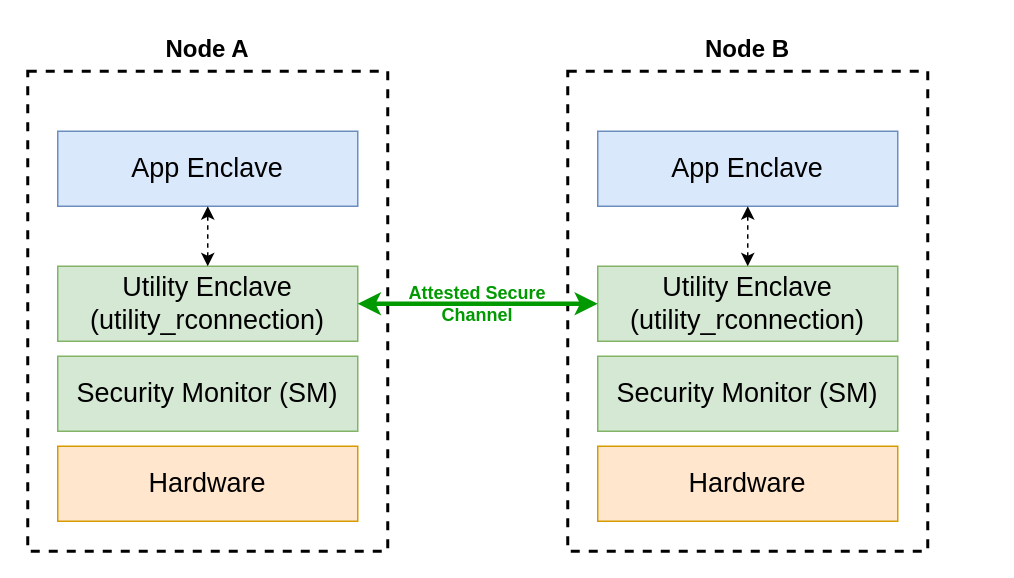
Zou1c/tmp keeps this draw.io diagram as page "第 7 页" (7 of 19) of newarch.drawio. Above is the earlier version. Source tidied: cells renumbered, new cells numbered last; positions are measured from the earlier drawing's top-left corner, leaving out a move shared by most shapes. Both pictures are drawn from the tidied source at 150%, with x=0, y=0 at pixel (27, 26).
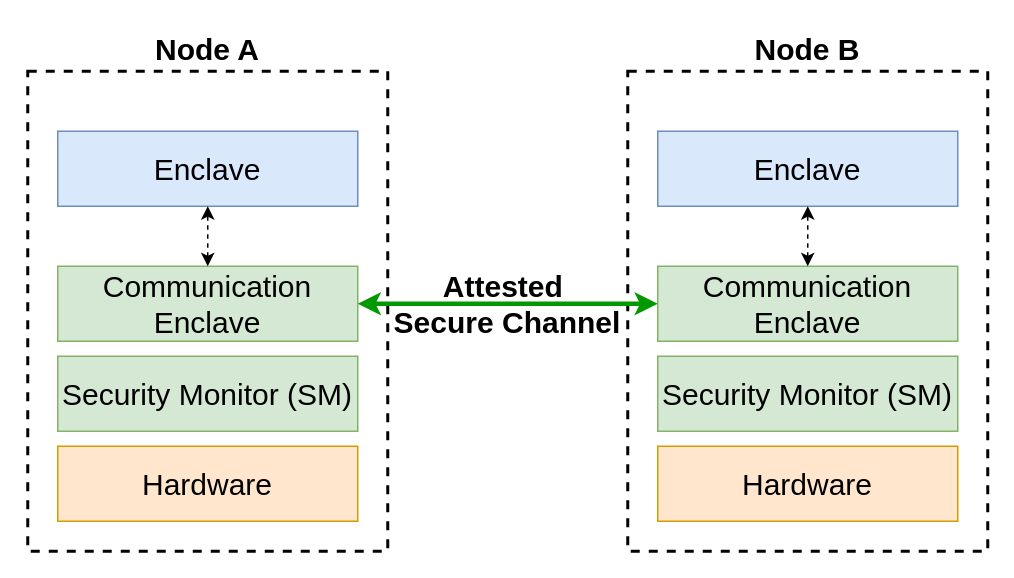
After the change.

Diff of the diagram source:
```diff
@@
 <mxGraphModel>
   <root>
     <mxCell id="0" />
     <mxCell id="1" parent="0" />
-    <mxCell id="2" value="Node A" style="text;html=1;strokeColor=none;fillColor=none;align=center;verticalAlign=middle;whiteSpace=wrap;rounded=0;fontSize=16;fontStyle=1;" parent="1" vertex="1">
+    <mxCell id="2" value="Node A" style="text;html=1;strokeColor=none;fillColor=none;align=center;verticalAlign=middle;whiteSpace=wrap;rounded=0;fontSize=20;fontStyle=1;" parent="1" vertex="1">
       <mxGeometry x="60" width="120" height="30" as="geometry" />
     </mxCell>
-    <mxCell id="3" style="rounded=0;whiteSpace=wrap;html=1;fillColor=none;dashed=1;strokeWidth=2;" parent="1" vertex="1">
+    <mxCell id="3" style="rounded=0;whiteSpace=wrap;html=1;fillColor=none;dashed=1;strokeWidth=2;fontSize=20;" parent="1" vertex="1">
       <mxGeometry y="30" width="240" height="320" as="geometry" />
     </mxCell>
-    <mxCell id="4" value="Hardware" style="rounded=0;whiteSpace=wrap;html=1;fillColor=#ffe6cc;strokeColor=#d79b00;fontSize=18;" parent="1" vertex="1">
+    <mxCell id="4" value="Hardware" style="rounded=0;whiteSpace=wrap;html=1;fillColor=#ffe6cc;strokeColor=#d79b00;fontSize=20;" parent="1" vertex="1">
       <mxGeometry x="20" y="280" width="200" height="50" as="geometry" />
     </mxCell>
-    <mxCell id="5" value="Security Monitor (SM)" style="rounded=0;whiteSpace=wrap;html=1;fillColor=#d5e8d4;strokeColor=#82b366;fontSize=18;" parent="1" vertex="1">
+    <mxCell id="5" value="Security Monitor (SM)" style="rounded=0;whiteSpace=wrap;html=1;fillColor=#d5e8d4;strokeColor=#82b366;fontSize=20;" parent="1" vertex="1">
       <mxGeometry x="20" y="220" width="200" height="50" as="geometry" />
     </mxCell>
-    <mxCell id="6" value="Utility Enclave&#10;(utility_rconnection)" style="rounded=0;whiteSpace=wrap;html=1;fillColor=#d5e8d4;strokeColor=#82b366;fontSize=18;" parent="1" vertex="1">
+    <mxCell id="6" value="Communication Enclave" style="rounded=0;whiteSpace=wrap;html=1;fillColor=#d5e8d4;strokeColor=#82b366;fontSize=20;" parent="1" vertex="1">
       <mxGeometry x="20" y="160" width="200" height="50" as="geometry" />
     </mxCell>
-    <mxCell id="7" value="App Enclave" style="rounded=0;whiteSpace=wrap;html=1;fillColor=#dae8fc;strokeColor=#6c8ebf;fontSize=18;" parent="1" vertex="1">
+    <mxCell id="7" value="Enclave" style="rounded=0;whiteSpace=wrap;html=1;fillColor=#dae8fc;strokeColor=#6c8ebf;fontSize=20;" parent="1" vertex="1">
       <mxGeometry x="20" y="70" width="200" height="50" as="geometry" />
     </mxCell>
-    <mxCell id="8" value="Node B" style="text;html=1;strokeColor=none;fillColor=none;align=center;verticalAlign=middle;whiteSpace=wrap;rounded=0;fontSize=16;fontStyle=1;" parent="1" vertex="1">
-      <mxGeometry x="420" width="120" height="30" as="geometry" />
+    <mxCell id="8" value="Node B" style="text;html=1;strokeColor=none;fillColor=none;align=center;verticalAlign=middle;whiteSpace=wrap;rounded=0;fontSize=20;fontStyle=1;" parent="1" vertex="1">
+      <mxGeometry x="460" width="120" height="30" as="geometry" />
     </mxCell>
-    <mxCell id="9" style="rounded=0;whiteSpace=wrap;html=1;fillColor=none;dashed=1;strokeWidth=2;" parent="1" vertex="1">
-      <mxGeometry x="360" y="30" width="240" height="320" as="geometry" />
+    <mxCell id="9" style="rounded=0;whiteSpace=wrap;html=1;fillColor=none;dashed=1;strokeWidth=2;fontSize=20;" parent="1" vertex="1">
+      <mxGeometry x="400" y="30" width="240" height="320" as="geometry" />
     </mxCell>
-    <mxCell id="10" value="Hardware" style="rounded=0;whiteSpace=wrap;html=1;fillColor=#ffe6cc;strokeColor=#d79b00;fontSize=18;" parent="1" vertex="1">
-      <mxGeometry x="380" y="280" width="200" height="50" as="geometry" />
+    <mxCell id="10" value="Hardware" style="rounded=0;whiteSpace=wrap;html=1;fillColor=#ffe6cc;strokeColor=#d79b00;fontSize=20;" parent="1" vertex="1">
+      <mxGeometry x="420" y="280" width="200" height="50" as="geometry" />
     </mxCell>
-    <mxCell id="11" value="Security Monitor (SM)" style="rounded=0;whiteSpace=wrap;html=1;fillColor=#d5e8d4;strokeColor=#82b366;fontSize=18;" parent="1" vertex="1">
-      <mxGeometry x="380" y="220" width="200" height="50" as="geometry" />
+    <mxCell id="11" value="Security Monitor (SM)" style="rounded=0;whiteSpace=wrap;html=1;fillColor=#d5e8d4;strokeColor=#82b366;fontSize=20;" parent="1" vertex="1">
+      <mxGeometry x="420" y="220" width="200" height="50" as="geometry" />
     </mxCell>
-    <mxCell id="12" value="Utility Enclave&#10;(utility_rconnection)" style="rounded=0;whiteSpace=wrap;html=1;fillColor=#d5e8d4;strokeColor=#82b366;fontSize=18;" parent="1" vertex="1">
-      <mxGeometry x="380" y="160" width="200" height="50" as="geometry" />
+    <mxCell id="12" value="Communication Enclave" style="rounded=0;whiteSpace=wrap;html=1;fillColor=#d5e8d4;strokeColor=#82b366;fontSize=20;" parent="1" vertex="1">
+      <mxGeometry x="420" y="160" width="200" height="50" as="geometry" />
     </mxCell>
-    <mxCell id="13" value="App Enclave" style="rounded=0;whiteSpace=wrap;html=1;fillColor=#dae8fc;strokeColor=#6c8ebf;fontSize=18;" parent="1" vertex="1">
-      <mxGeometry x="380" y="70" width="200" height="50" as="geometry" />
+    <mxCell id="13" value="Enclave" style="rounded=0;whiteSpace=wrap;html=1;fillColor=#dae8fc;strokeColor=#6c8ebf;fontSize=20;" parent="1" vertex="1">
+      <mxGeometry x="420" y="70" width="200" height="50" as="geometry" />
     </mxCell>
-    <mxCell id="14" style="endArrow=classic;startArrow=classic;html=1;rounded=0;entryX=0;entryY=0.5;entryDx=0;entryDy=0;exitX=1;exitY=0.5;exitDx=0;exitDy=0;strokeWidth=3;strokeColor=#009900;" parent="1" edge="1" source="6" target="12">
+    <mxCell id="14" style="endArrow=classic;startArrow=classic;html=1;rounded=0;entryX=0;entryY=0.5;entryDx=0;entryDy=0;exitX=1;exitY=0.5;exitDx=0;exitDy=0;strokeWidth=3;strokeColor=#009900;fontSize=20;" parent="1" edge="1" source="6" target="12">
       <mxGeometry relative="1" as="geometry" />
     </mxCell>
-    <mxCell id="15" value="Attested Secure Channel" style="text;html=1;strokeColor=none;fillColor=none;align=center;verticalAlign=middle;whiteSpace=wrap;rounded=0;fontColor=#009900;fontStyle=1;" parent="1" vertex="1">
-      <mxGeometry x="230" y="170" width="140" height="30" as="geometry" />
+    <mxCell id="15" value="&lt;font style=&quot;color: rgb(0, 0, 0);&quot;&gt;Attested&amp;nbsp;&lt;/font&gt;&lt;div&gt;&lt;font style=&quot;color: rgb(0, 0, 0);&quot;&gt;Secure Channel&lt;/font&gt;&lt;/div&gt;" style="text;html=1;strokeColor=none;fillColor=none;align=center;verticalAlign=middle;whiteSpace=wrap;rounded=0;fontColor=#009900;fontStyle=1;fontSize=20;" parent="1" vertex="1">
+      <mxGeometry x="230" y="170" width="180" height="30" as="geometry" />
     </mxCell>
-    <mxCell id="16" style="endArrow=classic;startArrow=classic;html=1;rounded=0;entryX=0.5;entryY=1;entryDx=0;entryDy=0;exitX=0.5;exitY=0;exitDx=0;exitDy=0;dashed=1;" parent="1" edge="1" source="6" target="7">
+    <mxCell id="16" style="endArrow=classic;startArrow=classic;html=1;rounded=0;entryX=0.5;entryY=1;entryDx=0;entryDy=0;exitX=0.5;exitY=0;exitDx=0;exitDy=0;dashed=1;fontSize=20;" parent="1" edge="1" source="6" target="7">
       <mxGeometry relative="1" as="geometry" />
     </mxCell>
-    <mxCell id="17" style="endArrow=classic;startArrow=classic;html=1;rounded=0;entryX=0.5;entryY=1;entryDx=0;entryDy=0;exitX=0.5;exitY=0;exitDx=0;exitDy=0;dashed=1;" parent="1" edge="1" source="12" target="13">
+    <mxCell id="17" style="endArrow=classic;startArrow=classic;html=1;rounded=0;entryX=0.5;entryY=1;entryDx=0;entryDy=0;exitX=0.5;exitY=0;exitDx=0;exitDy=0;dashed=1;fontSize=20;" parent="1" edge="1" source="12" target="13">
       <mxGeometry relative="1" as="geometry" />
     </mxCell>
   </root>
 </mxGraphModel>
```
